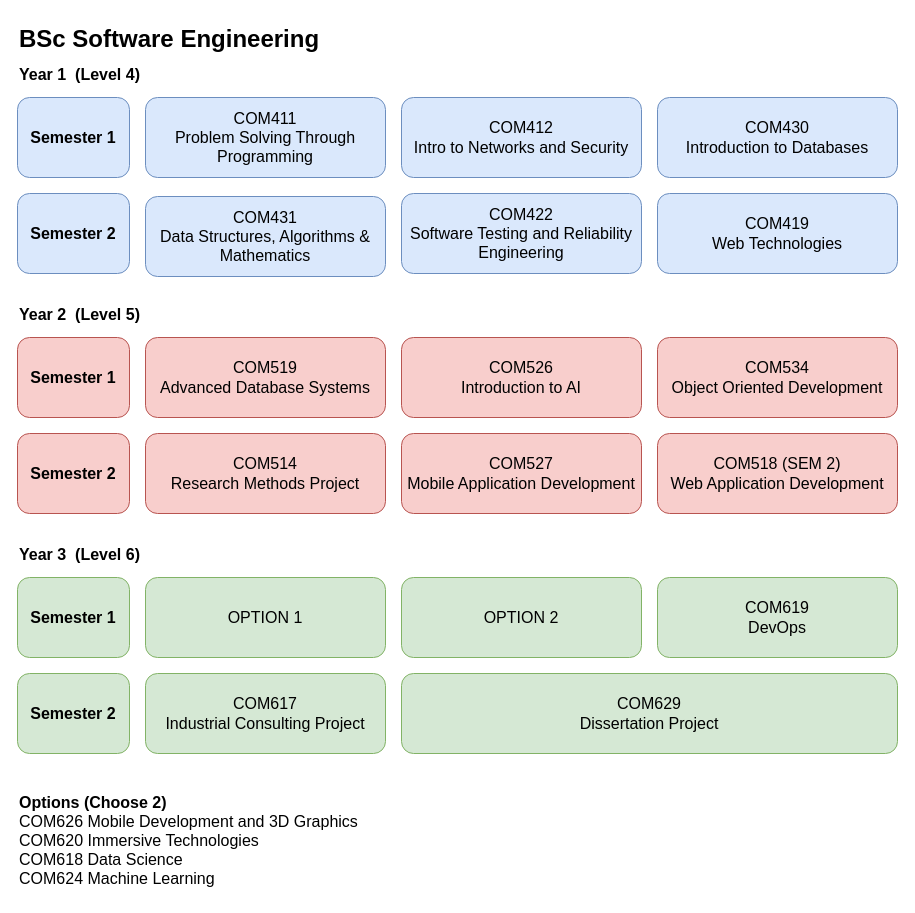
Before: page "BSc Software Engineering" (2 of 4) of ALL_UG_2023.drawio in martinsolent/solent_diagrams, a draw.io diagram. Source tidied: cells renumbered, new cells numbered last; positions are measured from the earlier drawing's top-left corner, leaving out a move shared by most shapes. Both pictures are drawn from the tidied source at 100%, with x=0, y=0 at pixel (17, 17).
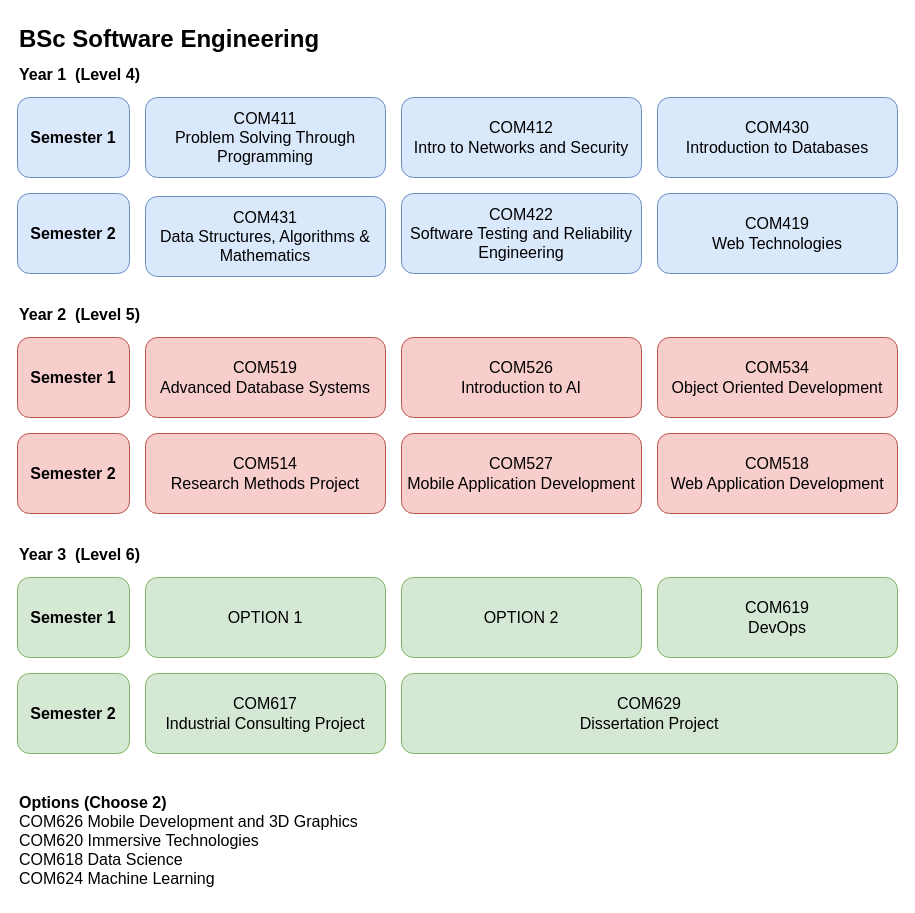
The same diagram, later.

Diff of the diagram source:
```diff
@@
-    <mxCell id="18" value="&lt;font style=&quot;font-size: 16px;&quot;&gt;COM518 (SEM 2)&lt;br&gt;Web Application Development&lt;/font&gt;" style="rounded=1;whiteSpace=wrap;html=1;fillColor=#f8cecc;strokeColor=#b85450;" parent="1" vertex="1">
+    <mxCell id="18" value="&lt;font style=&quot;font-size: 16px;&quot;&gt;COM518&lt;br&gt;Web Application Development&lt;/font&gt;" style="rounded=1;whiteSpace=wrap;html=1;fillColor=#f8cecc;strokeColor=#b85450;" parent="1" vertex="1">
       <mxGeometry x="640" y="416" width="240" height="80" as="geometry" />
     </mxCell>
```
